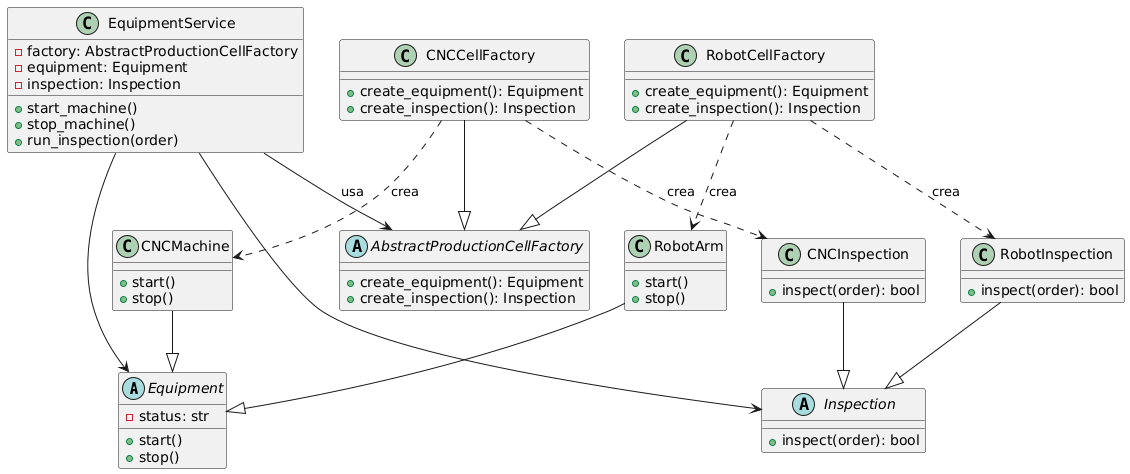
Before: docs/semana_4/img/uml-abstract-factory.png, a diagram exported from PlantUML (YesicaRueda/Proyecto_Patrones_Software). The source it was exported from:
```plantuml
@startuml
abstract class Equipment {
  -status: str
  +start()
  +stop()
}

abstract class Inspection {
  +inspect(order): bool
}

class CNCMachine {
  +start()
  +stop()
}

class RobotArm {
  +start()
  +stop()
}

class CNCInspection {
  +inspect(order): bool
}

class RobotInspection {
  +inspect(order): bool
}

abstract class AbstractProductionCellFactory {
  +create_equipment(): Equipment
  +create_inspection(): Inspection
}

class CNCCellFactory {
  +create_equipment(): Equipment
  +create_inspection(): Inspection
}

class RobotCellFactory {
  +create_equipment(): Equipment
  +create_inspection(): Inspection
}

class EquipmentService {
  -factory: AbstractProductionCellFactory
  -equipment: Equipment
  -inspection: Inspection
  +start_machine()
  +stop_machine()
  +run_inspection(order)
}

CNCMachine --|> Equipment
RobotArm --|> Equipment
CNCInspection --|> Inspection
RobotInspection --|> Inspection

CNCCellFactory --|> AbstractProductionCellFactory
RobotCellFactory --|> AbstractProductionCellFactory

CNCCellFactory ..> CNCMachine : crea
CNCCellFactory ..> CNCInspection : crea
RobotCellFactory ..> RobotArm : crea
RobotCellFactory ..> RobotInspection : crea

EquipmentService --> AbstractProductionCellFactory : usa
EquipmentService --> Equipment
EquipmentService --> Inspection
@enduml
```
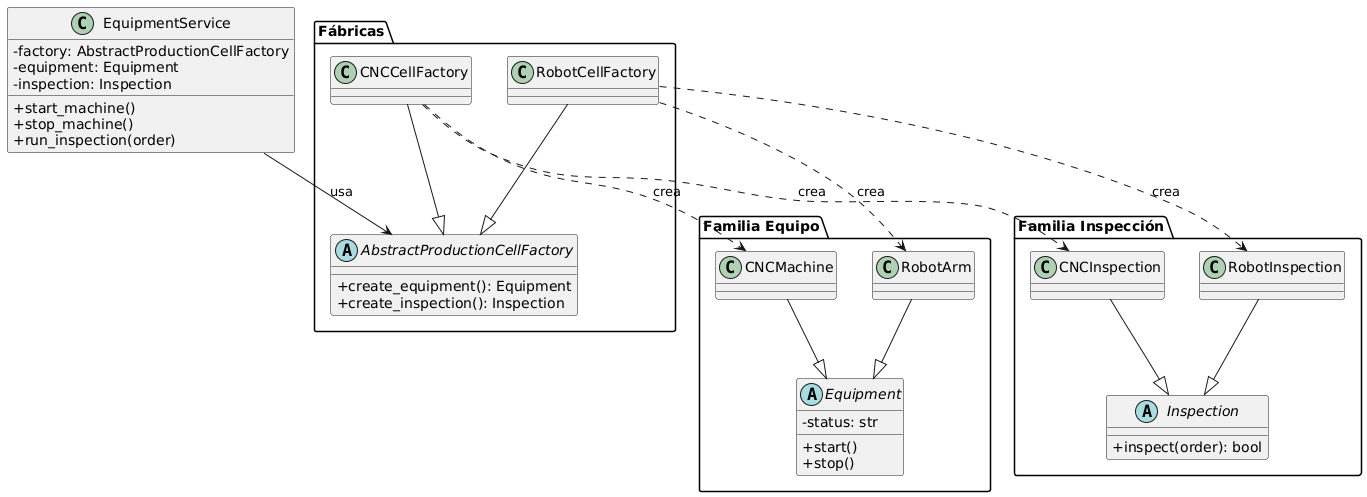
The same diagram one commit later.

Change to the diagram source:
```diff
@@ -1,45 +1,37 @@
 @startuml
-abstract class Equipment {
-  -status: str
-  +start()
-  +stop()
+skinparam classAttributeIconSize 0
+
+package "Familia Equipo" {
+  abstract class Equipment {
+    -status: str
+    +start()
+    +stop()
+  }
+  class CNCMachine
+  class RobotArm
+  CNCMachine --|> Equipment
+  RobotArm --|> Equipment
 }
 
-abstract class Inspection {
-  +inspect(order): bool
+package "Familia Inspección" {
+  abstract class Inspection {
+    +inspect(order): bool
+  }
+  class CNCInspection
+  class RobotInspection
+  CNCInspection --|> Inspection
+  RobotInspection --|> Inspection
 }
 
-class CNCMachine {
-  +start()
-  +stop()
-}
-
-class RobotArm {
-  +start()
-  +stop()
-}
-
-class CNCInspection {
-  +inspect(order): bool
-}
-
-class RobotInspection {
-  +inspect(order): bool
-}
-
-abstract class AbstractProductionCellFactory {
-  +create_equipment(): Equipment
-  +create_inspection(): Inspection
-}
-
-class CNCCellFactory {
-  +create_equipment(): Equipment
-  +create_inspection(): Inspection
-}
-
-class RobotCellFactory {
-  +create_equipment(): Equipment
-  +create_inspection(): Inspection
+package "Fábricas" {
+  abstract class AbstractProductionCellFactory {
+    +create_equipment(): Equipment
+    +create_inspection(): Inspection
+  }
+  class CNCCellFactory
+  class RobotCellFactory
+  CNCCellFactory --|> AbstractProductionCellFactory
+  RobotCellFactory --|> AbstractProductionCellFactory
 }
 
 class EquipmentService {
@@ -51,20 +43,9 @@
   +run_inspection(order)
 }
 
-CNCMachine --|> Equipment
-RobotArm --|> Equipment
-CNCInspection --|> Inspection
-RobotInspection --|> Inspection
-
-CNCCellFactory --|> AbstractProductionCellFactory
-RobotCellFactory --|> AbstractProductionCellFactory
-
+EquipmentService --> AbstractProductionCellFactory : usa
 CNCCellFactory ..> CNCMachine : crea
 CNCCellFactory ..> CNCInspection : crea
 RobotCellFactory ..> RobotArm : crea
 RobotCellFactory ..> RobotInspection : crea
-
-EquipmentService --> AbstractProductionCellFactory : usa
-EquipmentService --> Equipment
-EquipmentService --> Inspection
 @enduml
```
